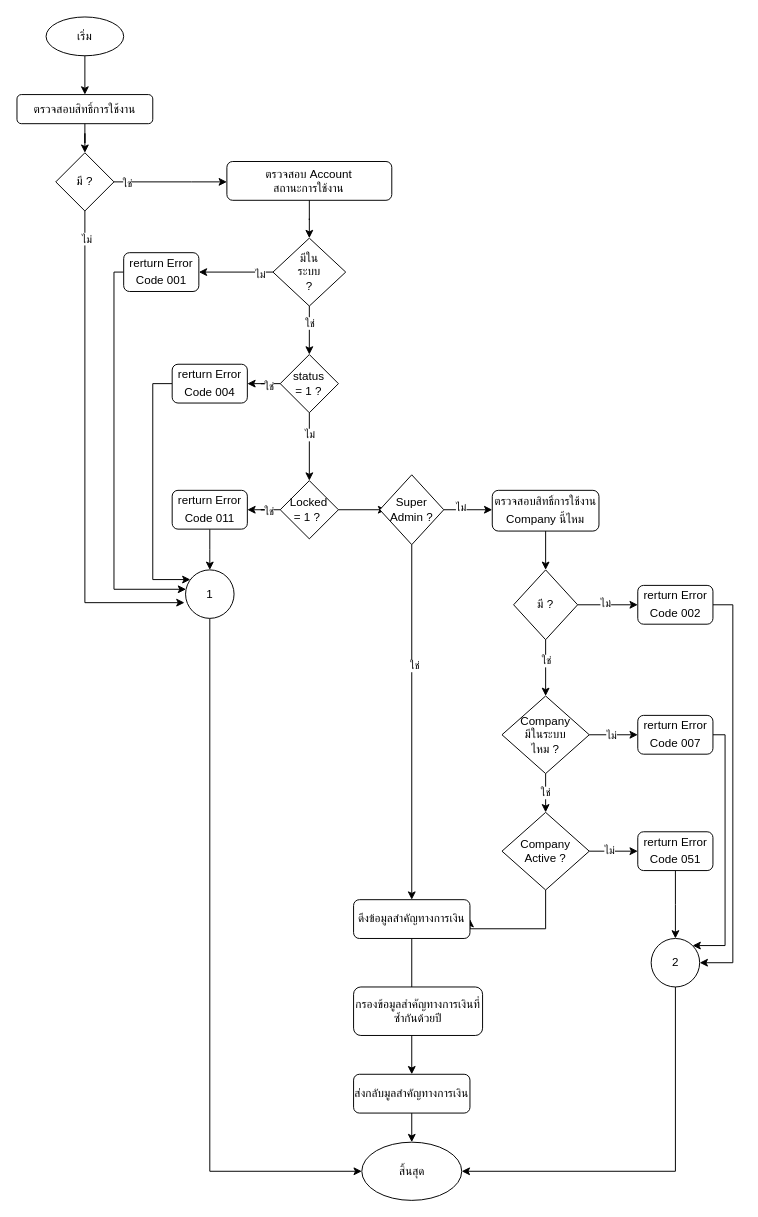
charifrodmanee/charifrodmanee keeps this draw.io diagram as page "Page-1" (1 of 4) of DividenPolicyInfo.drawio. Above is the earlier version. Source tidied: cells renumbered, new cells numbered last; positions are measured from the earlier drawing's top-left corner, leaving out a move shared by most shapes. Both pictures are drawn from the tidied source at 97%, with x=0, y=0 at pixel (16, 16).
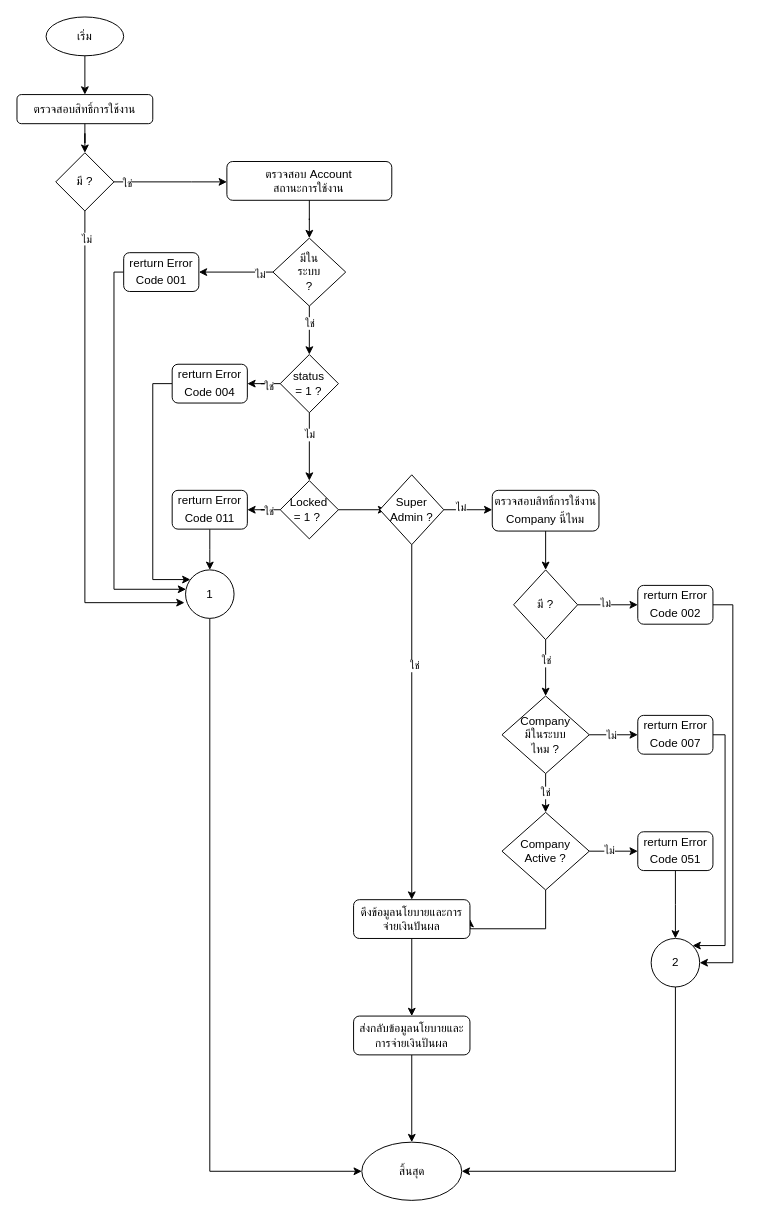
The same diagram, later.

Change to the diagram source:
```diff
@@
-    <mxCell id="62" value="ดึงข้อมูลสำคัญทางการเงิน" style="rounded=1;whiteSpace=wrap;html=1;" parent="1" vertex="1">
+    <mxCell id="62" value="ดึงข้อมูลนโยบายและการจ่ายเงินปันผล" style="rounded=1;whiteSpace=wrap;html=1;" parent="1" vertex="1">
       <mxGeometry x="347" y="910" width="120" height="40" as="geometry" />
     </mxCell>
@@
-    <mxCell id="67" value="ส่งกลับมูลสำคัญทางการเงิน" style="rounded=1;whiteSpace=wrap;html=1;" parent="1" vertex="1">
-      <mxGeometry x="347" y="1090" width="120" height="40" as="geometry" />
+    <mxCell id="67" value="ส่งกลับข้อมูลนโยบายและการจ่ายเงินปันผล" style="rounded=1;whiteSpace=wrap;html=1;" parent="1" vertex="1">
+      <mxGeometry x="347" y="1030" width="120" height="40" as="geometry" />
     </mxCell>
-    <mxCell id="68" value="กรองข้อมูลสำคัญทางการเงินที่ซ้ำกันด้วยปี" style="rounded=1;whiteSpace=wrap;html=1;" parent="1" vertex="1">
-      <mxGeometry x="347" y="1000" width="133" height="50" as="geometry" />
-    </mxCell>
```
